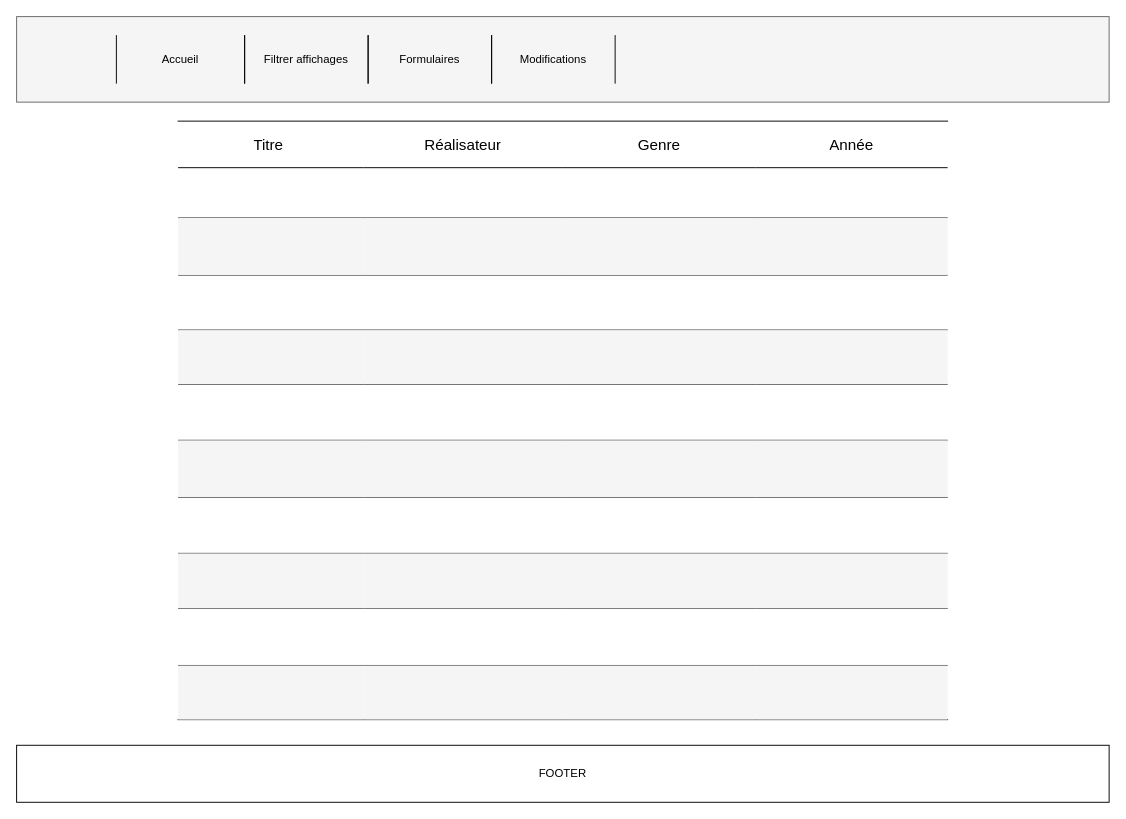
JeanNoLimit/appli_cinema keeps this draw.io diagram as maquette accueil appli cinéma.drawio. Above is the earlier version. Source tidied: cells renumbered, new cells numbered last; positions are measured from the earlier drawing's top-left corner, leaving out a move shared by most shapes. Both pictures are drawn from the tidied source at 95%, with x=0, y=0 at pixel (16, 16).
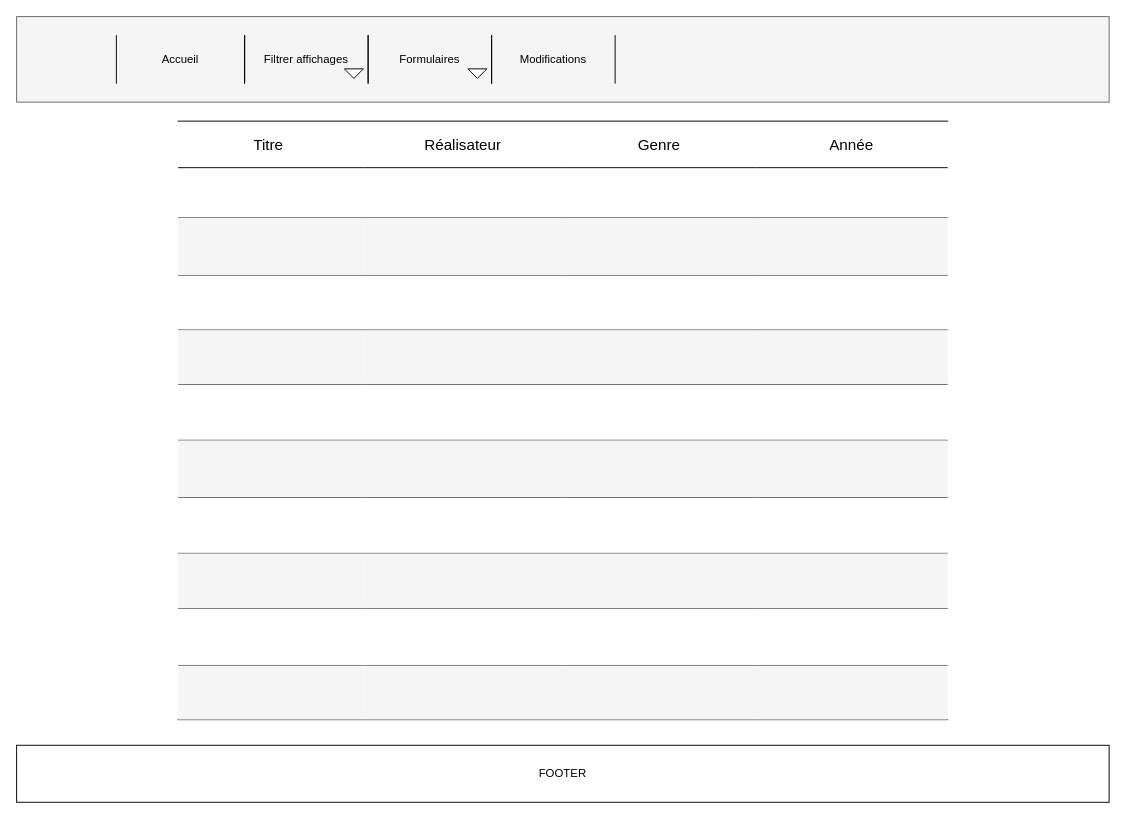
After the change.

Commit message:
Mettre à jour accueil appli cinéma.drawio

Change to the diagram source:
```diff
@@
+    <mxCell id="64" style="triangle;whiteSpace=wrap;html=1;rotation=90;" parent="1" vertex="1">
+      <mxGeometry x="350" y="50" width="10" height="20" as="geometry" />
+    </mxCell>
+    <mxCell id="65" style="triangle;whiteSpace=wrap;html=1;rotation=90;" parent="1" vertex="1">
+      <mxGeometry x="480" y="50" width="10" height="20" as="geometry" />
+    </mxCell>
```
